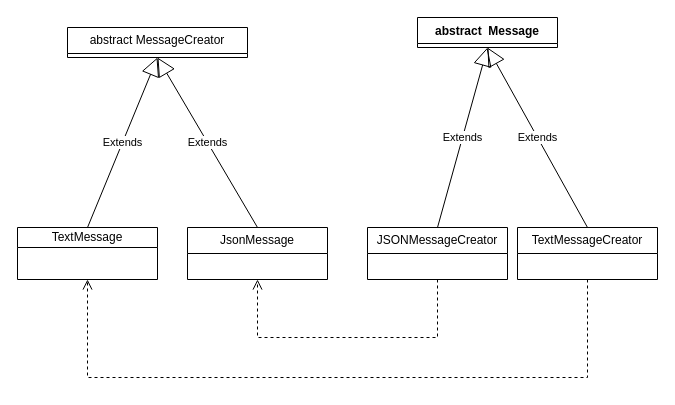
Earlier version of the draw.io diagram patterns/diagram.drawio (Sguggisberg/Javaplayground). Source tidied: cells renumbered, new cells numbered last; positions are measured from the earlier drawing's top-left corner, leaving out a move shared by most shapes. Both pictures are drawn from the tidied source at 100%, with x=0, y=0 at pixel (17, 17).
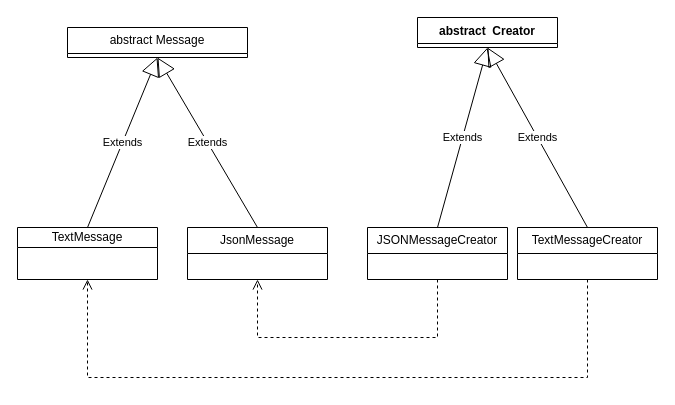
After the change.

Diff of the diagram source:
```diff
@@
 <mxGraphModel>
   <root>
     <mxCell id="0" />
     <mxCell id="1" parent="0" />
-    <mxCell id="2" value="abstract&amp;nbsp; Message" style="swimlane;fontStyle=1;align=center;verticalAlign=top;horizontal=1;startSize=26;whiteSpace=wrap;html=1;" parent="1" vertex="1" collapsed="1">
+    <mxCell id="2" value="abstract&amp;nbsp; Creator" style="swimlane;fontStyle=1;align=center;verticalAlign=top;horizontal=1;startSize=26;whiteSpace=wrap;html=1;" parent="1" vertex="1" collapsed="1">
       <mxGeometry x="400" width="140" height="30" as="geometry" />
     </mxCell>
-    <mxCell id="3" value="abstract MessageCreator" style="swimlane;fontStyle=0;horizontal=1;startSize=26;fillColor=none;whiteSpace=wrap;html=1;" parent="1" vertex="1" collapsed="1">
+    <mxCell id="3" value="abstract Message" style="swimlane;fontStyle=0;horizontal=1;startSize=26;fillColor=none;whiteSpace=wrap;html=1;" parent="1" vertex="1" collapsed="1">
       <mxGeometry x="50" y="10" width="180" height="30" as="geometry" />
     </mxCell>
     <mxCell id="4" value="TextMessage" style="swimlane;fontStyle=0;horizontal=1;startSize=20;fillColor=none;whiteSpace=wrap;html=1;" parent="1" vertex="1">
       <mxGeometry y="210" width="140" height="52" as="geometry" />
     </mxCell>
     <mxCell id="5" value="JSONMessageCreator" style="swimlane;fontStyle=0;horizontal=1;startSize=26;fillColor=none;whiteSpace=wrap;html=1;" parent="1" vertex="1">
       <mxGeometry x="350" y="210" width="140" height="52" as="geometry" />
     </mxCell>
     <mxCell id="6" value="JsonMessage" style="swimlane;fontStyle=0;horizontal=1;startSize=26;fillColor=none;whiteSpace=wrap;html=1;" parent="1" vertex="1">
       <mxGeometry x="170" y="210" width="140" height="52" as="geometry" />
     </mxCell>
     <mxCell id="7" value="TextMessageCreator" style="swimlane;fontStyle=0;horizontal=1;startSize=26;fillColor=none;whiteSpace=wrap;html=1;" parent="1" vertex="1">
       <mxGeometry x="500" y="210" width="140" height="52" as="geometry" />
     </mxCell>
     <mxCell id="8" value="Extends" style="endArrow=block;endSize=16;endFill=0;html=1;rounded=0;entryX=0.5;entryY=1;entryDx=0;entryDy=0;exitX=0.5;exitY=0;exitDx=0;exitDy=0;" parent="1" edge="1" source="4" target="3">
       <mxGeometry relative="1" as="geometry" />
     </mxCell>
     <mxCell id="9" value="Extends" style="endArrow=block;endSize=16;endFill=0;html=1;rounded=0;entryX=0.5;entryY=1;entryDx=0;entryDy=0;exitX=0.5;exitY=0;exitDx=0;exitDy=0;" parent="1" edge="1" source="6" target="3">
       <mxGeometry relative="1" as="geometry" />
     </mxCell>
     <mxCell id="10" value="Extends" style="endArrow=block;endSize=16;endFill=0;html=1;rounded=0;entryX=0.5;entryY=1;entryDx=0;entryDy=0;exitX=0.5;exitY=0;exitDx=0;exitDy=0;" parent="1" edge="1" source="5" target="2">
       <mxGeometry relative="1" as="geometry" />
     </mxCell>
     <mxCell id="11" value="Extends" style="endArrow=block;endSize=16;endFill=0;html=1;rounded=0;entryX=0.5;entryY=1;entryDx=0;entryDy=0;exitX=0.5;exitY=0;exitDx=0;exitDy=0;" parent="1" edge="1" source="7" target="2">
       <mxGeometry relative="1" as="geometry" />
     </mxCell>
     <mxCell id="12" style="html=1;verticalAlign=bottom;endArrow=open;dashed=1;endSize=8;curved=0;rounded=0;exitX=0.5;exitY=1;exitDx=0;exitDy=0;entryX=0.5;entryY=1;entryDx=0;entryDy=0;" parent="1" edge="1" source="5" target="6">
       <mxGeometry relative="1" as="geometry">
         <Array as="points">
           <mxPoint x="420" y="320" />
           <mxPoint x="240" y="320" />
         </Array>
       </mxGeometry>
     </mxCell>
     <mxCell id="13" style="html=1;verticalAlign=bottom;endArrow=open;dashed=1;endSize=8;curved=0;rounded=0;exitX=0.5;exitY=1;exitDx=0;exitDy=0;entryX=0.5;entryY=1;entryDx=0;entryDy=0;" parent="1" edge="1" source="7" target="4">
       <mxGeometry relative="1" as="geometry">
         <Array as="points">
           <mxPoint x="570" y="360" />
           <mxPoint x="70" y="360" />
         </Array>
       </mxGeometry>
     </mxCell>
   </root>
 </mxGraphModel>
```
